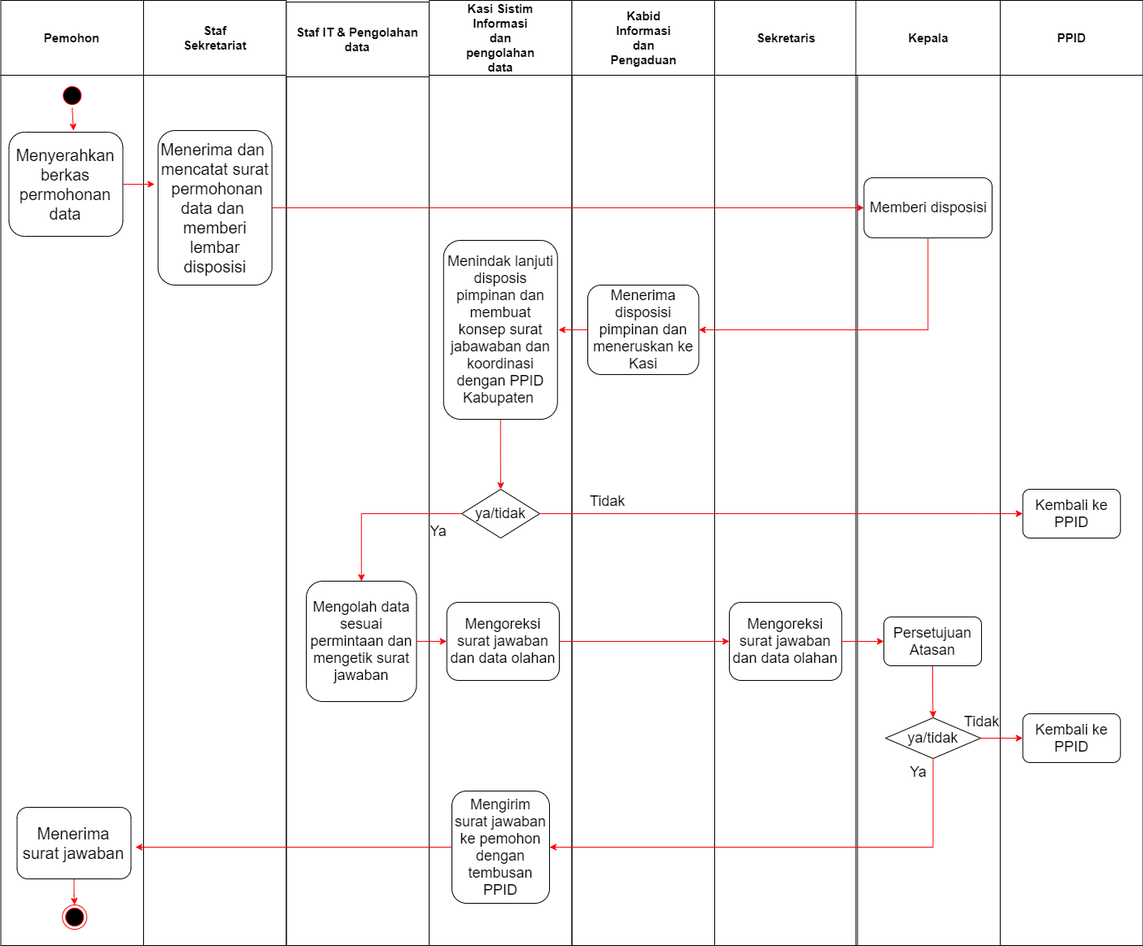
Above: folder/STANDAR OPERASIONAL PROSEDUR SISTIM INFORMASI DATA.png in ferifahrul7/diagram-magang (draw.io), before the change. Source tidied: cells renumbered, new cells last; positions are measured from the earlier drawing's top-left corner, leaving out a move shared by most shapes.
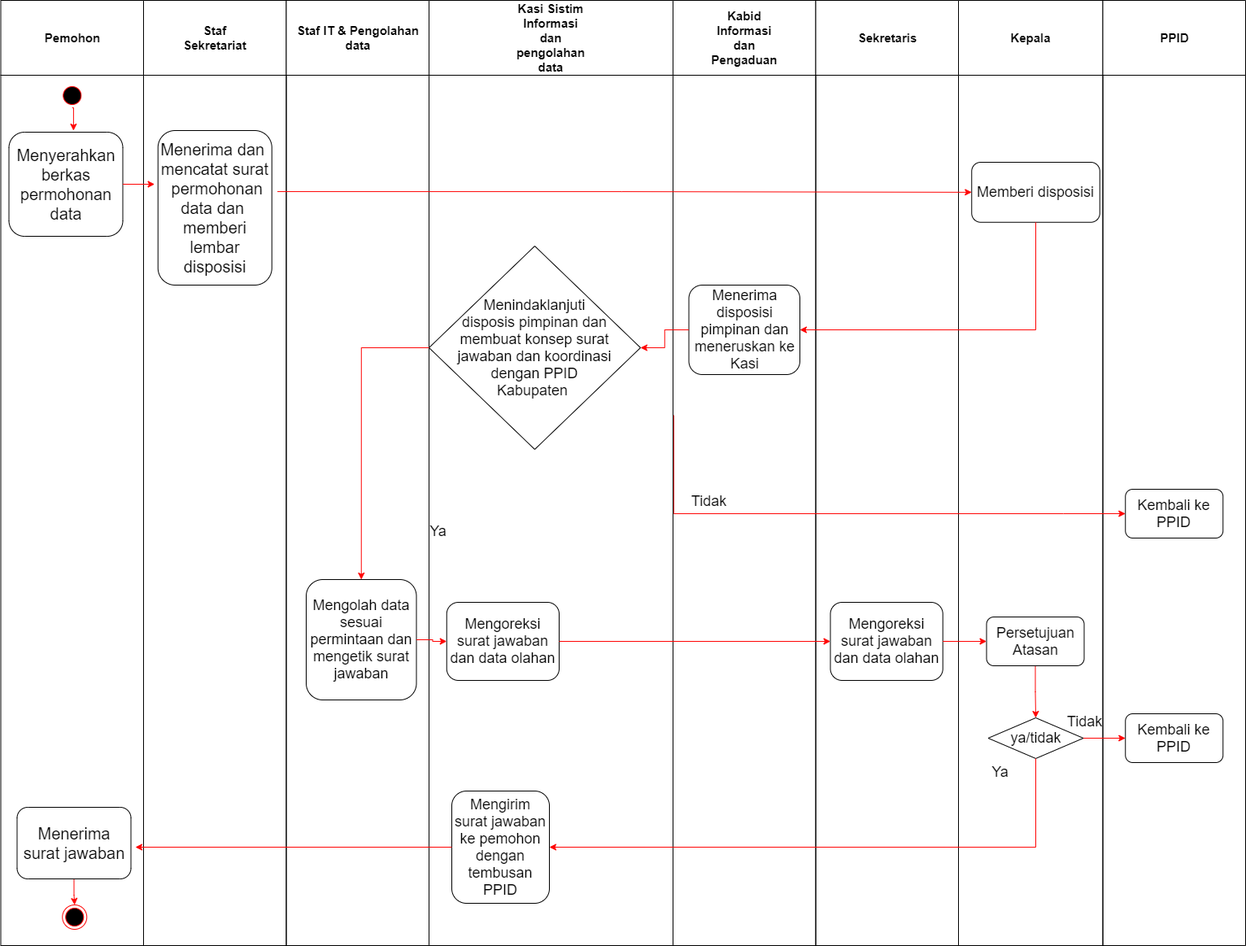
After the change.

Change to the diagram source:
```diff
@@ -30,22 +30,16 @@
       <mxGeometry x="17.8" y="160" width="140" height="190" as="geometry" />
     </mxCell>
     <mxCell id="11" value="Staf IT &amp; Pengolahan&#10;data" style="swimlane;whiteSpace=wrap;startSize=92;fontSize=15;" parent="1" vertex="1">
-      <mxGeometry x="351.5" y="2" width="175.5" height="1160" as="geometry" />
+      <mxGeometry x="351.5" width="175.5" height="1162" as="geometry" />
     </mxCell>
     <mxCell id="12" value="&#10;&#10;Mengolah data sesuai permintaan dan&#10;mengetik surat jawaban &#10;&#10;" style="rounded=1;whiteSpace=wrap;html=1;fontSize=18;fontColor=#000000;" parent="11" vertex="1">
       <mxGeometry x="24.5" y="712" width="135.5" height="148" as="geometry" />
     </mxCell>
     <mxCell id="13" value="Kasi Sistim&#10;Informasi&#10;dan&#10;pengolahan&#10;data" style="swimlane;whiteSpace=wrap;startSize=92;fontSize=15;" parent="1" vertex="1">
-      <mxGeometry x="527" width="175.5" height="1162" as="geometry" />
+      <mxGeometry x="527" width="300" height="1162" as="geometry" />
     </mxCell>
-    <mxCell id="14" style="edgeStyle=orthogonalEdgeStyle;rounded=0;jettySize=auto;html=1;exitX=0.5;exitY=1;exitDx=0;exitDy=0;entryX=0.5;entryY=0;entryDx=0;entryDy=0;fontSize=18;fontColor=#000000;strokeColor=#FF0303;" parent="13" edge="1" source="15" target="16">
-      <mxGeometry relative="1" as="geometry" />
-    </mxCell>
-    <mxCell id="15" value="Menindak lanjuti disposis pimpinan dan&lt;br/&gt;membuat konsep surat jabawaban dan&lt;br/&gt;koordinasi dengan PPID Kabupaten&amp;nbsp;" style="rounded=1;whiteSpace=wrap;html=1;fontSize=18;fontColor=#000000;" parent="13" vertex="1">
-      <mxGeometry x="17.8" y="295" width="140" height="220" as="geometry" />
-    </mxCell>
-    <mxCell id="16" value="ya/tidak" style="rhombus;whiteSpace=wrap;html=1;fontSize=18;fontColor=#000000;" parent="13" vertex="1">
-      <mxGeometry x="40" y="601" width="96" height="60" as="geometry" />
+    <mxCell id="16" value="Menindaklanjuti&lt;br&gt;disposis pimpinan dan&lt;br&gt;membuat konsep surat&lt;br&gt;jawaban dan koordinasi&lt;br&gt;dengan PPID&lt;br&gt;Kabupaten&amp;nbsp;" style="rhombus;whiteSpace=wrap;html=1;fontSize=18;fontColor=#000000;" parent="13" vertex="1">
+      <mxGeometry y="302" width="260" height="250" as="geometry" />
     </mxCell>
     <mxCell id="17" value="&#10;&#10;Mengoreksi surat jawaban dan data olahan &#10;&#10;" style="rounded=1;whiteSpace=wrap;html=1;fontSize=18;fontColor=#000000;" parent="13" vertex="1">
       <mxGeometry x="21.8" y="740" width="138.2" height="96" as="geometry" />
@@ -57,7 +51,7 @@
       <mxGeometry x="-9.2" y="638" width="40" height="30" as="geometry" />
     </mxCell>
     <mxCell id="20" value="Kabid&#10;Informasi&#10;dan&#10;Pengaduan" style="swimlane;whiteSpace=wrap;startSize=92;fontSize=15;" parent="1" vertex="1">
-      <mxGeometry x="702.5" width="175.5" height="1162" as="geometry" />
+      <mxGeometry x="827" width="175.5" height="1162" as="geometry" />
     </mxCell>
     <mxCell id="21" value="Menerima disposisi pimpinan dan&lt;br style=&quot;font-size: 18px;&quot;&gt;meneruskan ke Kasi" style="rounded=1;whiteSpace=wrap;html=1;fontFamily=Helvetica;fontSize=18;fontColor=#000000;align=center;strokeColor=#000000;fillColor=#ffffff;" parent="20" vertex="1">
       <mxGeometry x="19.5" y="350" width="136.5" height="110" as="geometry" />
@@ -66,16 +60,16 @@
       <mxGeometry x="13.5" y="601" width="60" height="30" as="geometry" />
     </mxCell>
     <mxCell id="23" value="Sekretaris" style="swimlane;whiteSpace=wrap;startSize=92;fontSize=15;" parent="1" vertex="1">
-      <mxGeometry x="878" width="175.5" height="1162" as="geometry" />
+      <mxGeometry x="1002.5" width="175.5" height="1162" as="geometry" />
     </mxCell>
     <mxCell id="24" value="&#10;&#10;Mengoreksi surat jawaban dan data olahan &#10;&#10;" style="rounded=1;whiteSpace=wrap;html=1;fontSize=18;fontColor=#000000;" parent="23" vertex="1">
       <mxGeometry x="18" y="740" width="138.2" height="96" as="geometry" />
     </mxCell>
     <mxCell id="25" value="Kepala" style="swimlane;whiteSpace=wrap;startSize=92;fontSize=15;" parent="1" vertex="1">
-      <mxGeometry x="1051.5" width="177.5" height="1162" as="geometry" />
+      <mxGeometry x="1178" width="177.5" height="1162" as="geometry" />
     </mxCell>
     <mxCell id="26" value="&lt;font style=&quot;font-size: 18px&quot;&gt;Memberi disposisi&lt;/font&gt;" style="rounded=1;whiteSpace=wrap;html=1;fontFamily=Helvetica;fontSize=15;fontColor=#000000;align=center;strokeColor=#000000;fillColor=#ffffff;" parent="25" vertex="1">
-      <mxGeometry x="10" y="218.1" width="157.5" height="73.8" as="geometry" />
+      <mxGeometry x="16.2" y="199" width="157.5" height="73.8" as="geometry" />
     </mxCell>
     <mxCell id="27" value="Tidak" style="text;html=1;align=center;verticalAlign=middle;fillColor=none;strokeColor=none;rounded=0;fontSize=18;fontColor=#000000;" parent="25" vertex="1">
       <mxGeometry x="124.5" y="872" width="60" height="30" as="geometry" />
@@ -90,7 +84,7 @@
       <mxGeometry x="36.5" y="882" width="117" height="50" as="geometry" />
     </mxCell>
     <mxCell id="31" value="PPID" style="swimlane;whiteSpace=wrap;startSize=92;fontSize=15;" parent="1" vertex="1">
-      <mxGeometry x="1229" width="175.5" height="1162" as="geometry" />
+      <mxGeometry x="1355.5" width="175.5" height="1162" as="geometry" />
     </mxCell>
     <mxCell id="32" value="Kembali ke PPID" style="rounded=1;whiteSpace=wrap;html=1;fontSize=18;fontColor=#000000;" parent="31" vertex="1">
       <mxGeometry x="27.8" y="601" width="120" height="60" as="geometry" />
@@ -101,22 +95,21 @@
     <mxCell id="34" style="edgeStyle=orthogonalEdgeStyle;rounded=0;jettySize=auto;html=1;exitX=1;exitY=0.5;exitDx=0;exitDy=0;entryX=-0.03;entryY=0.345;entryDx=0;entryDy=0;entryPerimeter=0;fontSize=15;fontColor=#000000;strokeColor=#FF0303;" parent="1" edge="1" source="5" target="10">
       <mxGeometry relative="1" as="geometry" />
     </mxCell>
-    <mxCell id="35" style="edgeStyle=orthogonalEdgeStyle;rounded=0;jettySize=auto;html=1;exitX=1;exitY=0.5;exitDx=0;exitDy=0;entryX=0;entryY=0.5;entryDx=0;entryDy=0;fontSize=15;fontColor=#000000;strokeColor=#FF0303;" parent="1" edge="1" source="10" target="26">
+    <mxCell id="35" style="edgeStyle=orthogonalEdgeStyle;rounded=0;jettySize=auto;html=1;exitX=1.049;exitY=0.395;exitDx=0;exitDy=0;entryX=0;entryY=0.5;entryDx=0;entryDy=0;fontSize=15;fontColor=#000000;strokeColor=#FF0303;exitPerimeter=0;" parent="1" edge="1" source="10" target="26">
       <mxGeometry relative="1" as="geometry" />
     </mxCell>
     <mxCell id="36" style="edgeStyle=orthogonalEdgeStyle;rounded=0;jettySize=auto;html=1;exitX=0.5;exitY=1;exitDx=0;exitDy=0;entryX=1;entryY=0.5;entryDx=0;entryDy=0;fontSize=18;fontColor=#000000;strokeColor=#FF0303;" parent="1" edge="1" source="26" target="21">
       <mxGeometry relative="1" as="geometry" />
     </mxCell>
-    <mxCell id="37" style="edgeStyle=orthogonalEdgeStyle;rounded=0;jettySize=auto;html=1;exitX=0;exitY=0.5;exitDx=0;exitDy=0;fontSize=18;fontColor=#000000;strokeColor=#FF0303;" parent="1" edge="1" source="21">
-      <mxGeometry relative="1" as="geometry">
-        <mxPoint x="686" y="405.1" as="targetPoint" />
-      </mxGeometry>
+    <mxCell id="37" style="edgeStyle=orthogonalEdgeStyle;rounded=0;jettySize=auto;html=1;exitX=0;exitY=0.5;exitDx=0;exitDy=0;fontSize=18;fontColor=#000000;strokeColor=#FF0303;entryX=1;entryY=0.5;entryDx=0;entryDy=0;" parent="1" edge="1" source="21" target="16">
+      <mxGeometry relative="1" as="geometry" />
     </mxCell>
-    <mxCell id="38" style="edgeStyle=orthogonalEdgeStyle;rounded=0;jettySize=auto;html=1;exitX=1;exitY=0.5;exitDx=0;exitDy=0;entryX=0;entryY=0.5;entryDx=0;entryDy=0;fontSize=18;fontColor=#000000;strokeColor=#FF0303;" parent="1" edge="1" source="16" target="32">
+    <mxCell id="38" style="edgeStyle=orthogonalEdgeStyle;rounded=0;jettySize=auto;html=1;exitX=1;exitY=0.5;exitDx=0;exitDy=0;entryX=0;entryY=0.5;entryDx=0;entryDy=0;fontSize=18;fontColor=#000000;strokeColor=#FF0303;" parent="1" edge="1" target="32">
       <mxGeometry relative="1" as="geometry">
+        <mxPoint x="828" y="510" as="sourcePoint" />
         <Array as="points">
-          <mxPoint x="1206" y="631" />
-          <mxPoint x="1206" y="631" />
+          <mxPoint x="1307" y="631" />
+          <mxPoint x="1307" y="631" />
         </Array>
       </mxGeometry>
     </mxCell>
@@ -139,7 +132,7 @@
       <mxGeometry relative="1" as="geometry" />
     </mxCell>
     <mxCell id="45" value="Ya" style="text;html=1;align=center;verticalAlign=middle;fillColor=none;strokeColor=none;rounded=0;fontSize=18;fontColor=#000000;" parent="1" vertex="1">
-      <mxGeometry x="1108" y="934" width="40" height="30" as="geometry" />
+      <mxGeometry x="1209" y="934" width="40" height="30" as="geometry" />
     </mxCell>
     <mxCell id="46" style="edgeStyle=orthogonalEdgeStyle;rounded=0;jettySize=auto;html=1;fontSize=18;fontColor=#000000;strokeColor=#FF0303;" parent="1" edge="1" source="18">
       <mxGeometry relative="1" as="geometry">
```
